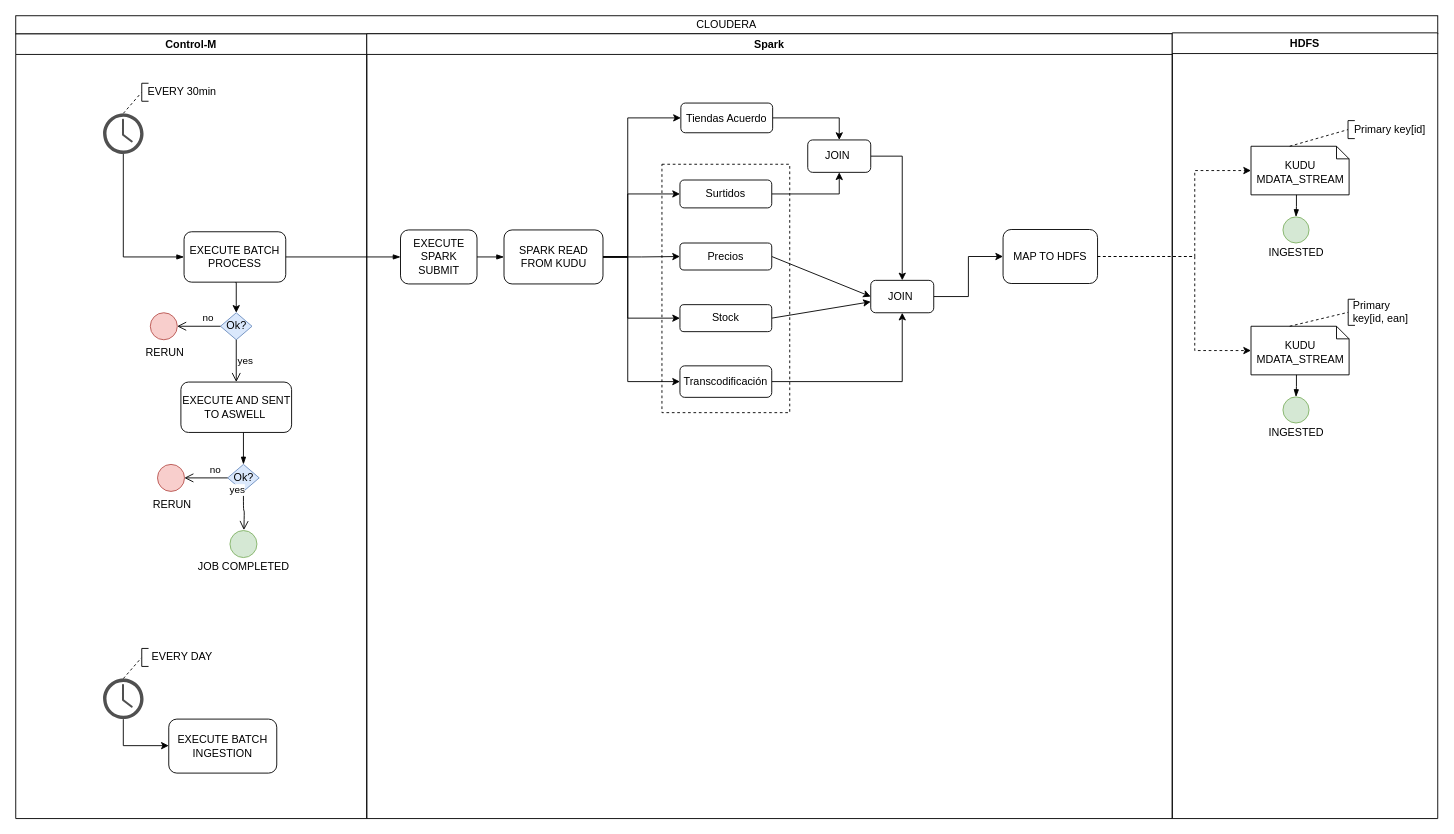
This is Cap Diagram.drawio from StefanoMazzukaCapgemini/Cap_Diagram, a draw.io file, before an edit. Source tidied: cells renumbered, new cells numbered last; positions are measured from the earlier drawing's top-left corner, leaving out a move shared by most shapes. Both pictures are drawn from the tidied source at 90%, with x=0, y=0 at pixel (15, 15).
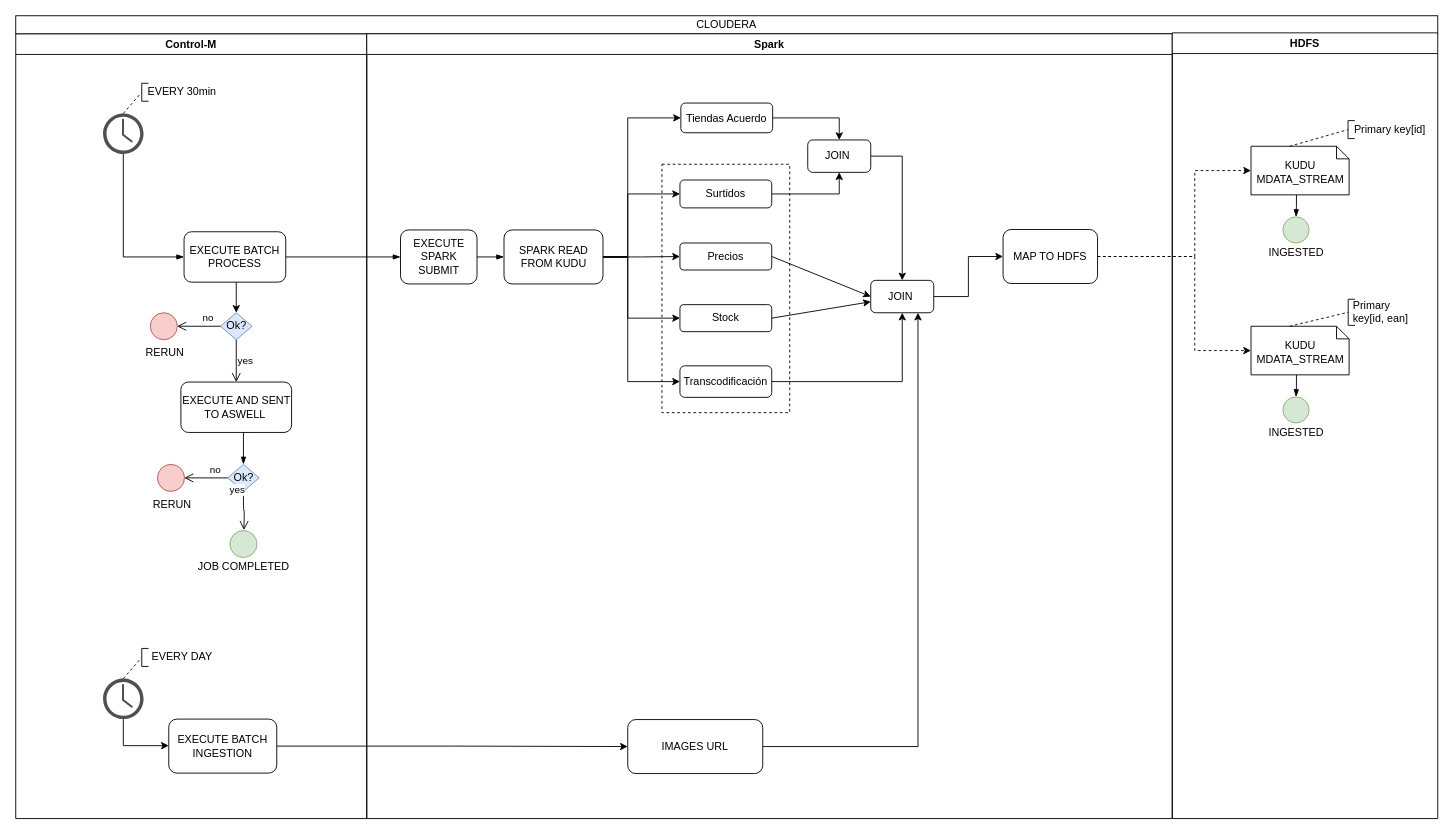
The same page after the edit.

Unchanged cells that the change refers to:
```xml
<mxCell id="29" value="EXECUTE BATCH INGESTION" style="rounded=1;whiteSpace=wrap;html=1;" parent="2" vertex="1">
  <mxGeometry x="170" y="761.5" width="120" height="60" as="geometry" />
</mxCell>
<mxCell id="55" value="JOIN&amp;nbsp;" style="rounded=1;whiteSpace=wrap;html=1;" parent="31" vertex="1">
  <mxGeometry x="560" y="274" width="70" height="36" as="geometry" />
</mxCell>
```

The edit, as a diff of the source:
```diff
@@
+    <mxCell id="75" style="edgeStyle=orthogonalEdgeStyle;rounded=0;jettySize=auto;html=1;exitX=1;exitY=0.5;exitDx=0;exitDy=0;" parent="1" edge="1" source="29" target="77">
+      <mxGeometry relative="1" as="geometry" />
+    </mxCell>
+    <mxCell id="76" style="edgeStyle=orthogonalEdgeStyle;rounded=0;jettySize=auto;html=1;exitX=1;exitY=0.5;exitDx=0;exitDy=0;entryX=0.75;entryY=1;entryDx=0;entryDy=0;" parent="1" edge="1" source="77" target="55">
+      <mxGeometry relative="1" as="geometry" />
+    </mxCell>
+    <mxCell id="77" value="IMAGES URL" style="rounded=1;whiteSpace=wrap;html=1;" parent="1" vertex="1">
+      <mxGeometry x="680" y="782" width="150" height="60" as="geometry" />
+    </mxCell>
```
